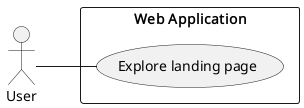
Above: conception/SprintII/use_case_diagrams/refined_use_case_feature_explore_landing_page.png in souhaib-askri/report_pfe (PlantUML), before the change. Its diagram source:
```plantuml
@startuml
left to right direction
actor User
rectangle "Web Application" {
    usecase "Explore landing page" as ExploreLandingPage



}
User -- ExploreLandingPage

@enduml
```
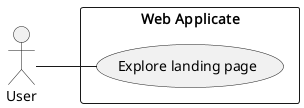
Above is the later version.

Diff of the diagram source:
```diff
@@ -1,7 +1,7 @@
 @startuml
 left to right direction
 actor User
-rectangle "Web Application" {
+rectangle "Web Applicate" {
     usecase "Explore landing page" as ExploreLandingPage
 
 
```
